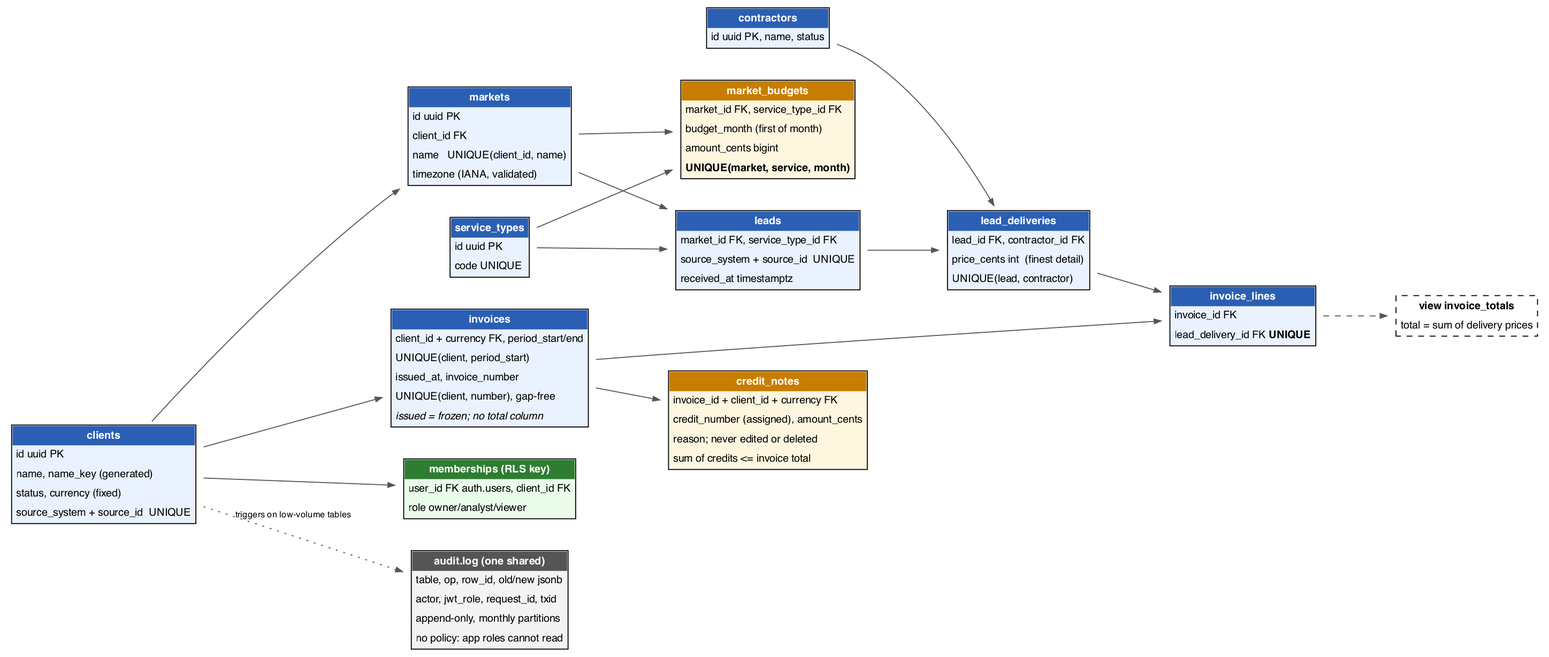
The Graphviz diagram docs/erd.png in imjahanzaib/leadgen-db-reference, before a commit. Its source is kept beside it as docs/erd.dot.
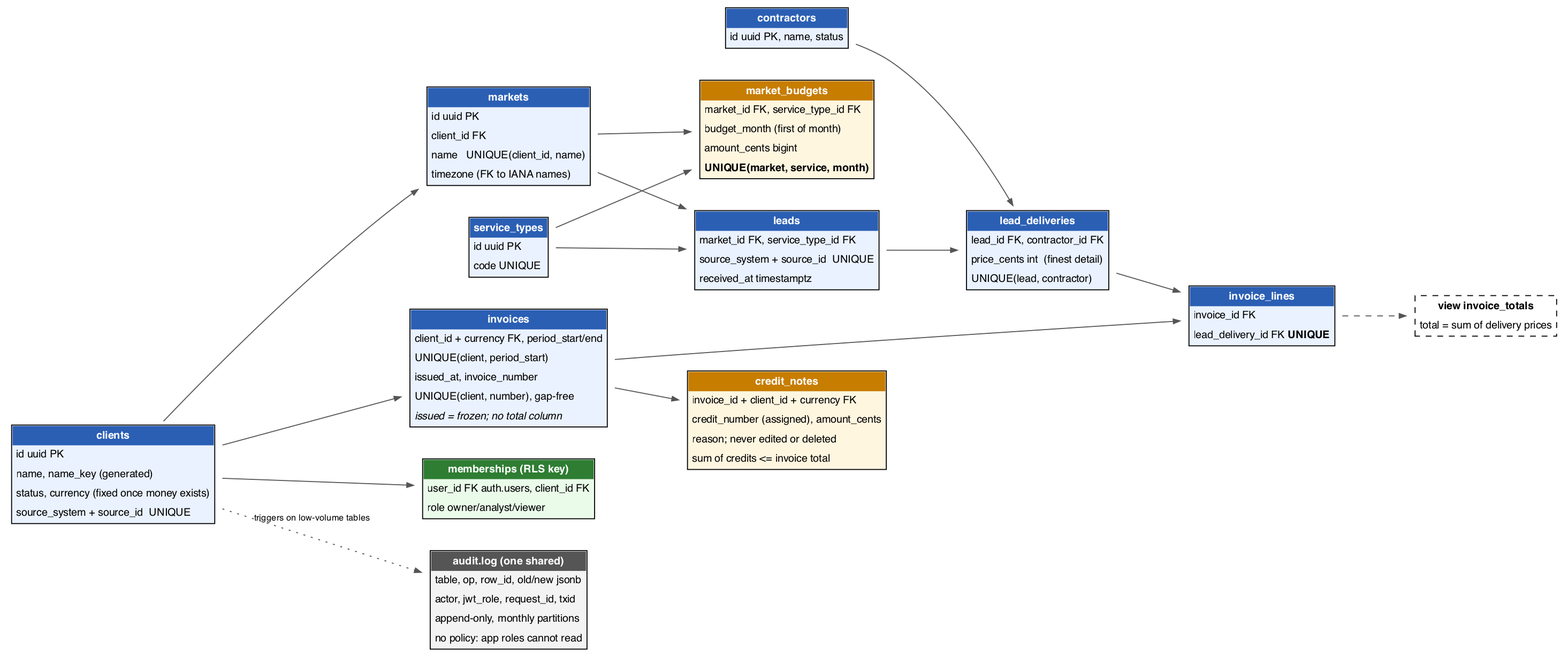
Later version of the same file.

The edit, as a diff of the source:
```diff
@@ -2,8 +2,8 @@
   rankdir=LR; bgcolor="white"; nodesep=0.35; ranksep=0.9;
   node [shape=plaintext, fontname="Helvetica", fontsize=11];
   edge [color="#555555", arrowsize=0.7, fontname="Helvetica", fontsize=9];
-  clients [label=<<table border="1" cellborder="0" cellspacing="0" cellpadding="4" bgcolor="#EAF2FF"><tr><td bgcolor="#2B5FB4"><font color="white"><b>clients</b></font></td></tr><tr><td align="left">id uuid PK</td></tr><tr><td align="left">name, name_key (generated)</td></tr><tr><td align="left">status, currency (fixed)</td></tr><tr><td align="left">source_system + source_id  UNIQUE</td></tr></table>>];
-  markets [label=<<table border="1" cellborder="0" cellspacing="0" cellpadding="4" bgcolor="#EAF2FF"><tr><td bgcolor="#2B5FB4"><font color="white"><b>markets</b></font></td></tr><tr><td align="left">id uuid PK</td></tr><tr><td align="left">client_id FK</td></tr><tr><td align="left">name   UNIQUE(client_id, name)</td></tr><tr><td align="left">timezone (IANA, validated)</td></tr></table>>];
+  clients [label=<<table border="1" cellborder="0" cellspacing="0" cellpadding="4" bgcolor="#EAF2FF"><tr><td bgcolor="#2B5FB4"><font color="white"><b>clients</b></font></td></tr><tr><td align="left">id uuid PK</td></tr><tr><td align="left">name, name_key (generated)</td></tr><tr><td align="left">status, currency (fixed once money exists)</td></tr><tr><td align="left">source_system + source_id  UNIQUE</td></tr></table>>];
+  markets [label=<<table border="1" cellborder="0" cellspacing="0" cellpadding="4" bgcolor="#EAF2FF"><tr><td bgcolor="#2B5FB4"><font color="white"><b>markets</b></font></td></tr><tr><td align="left">id uuid PK</td></tr><tr><td align="left">client_id FK</td></tr><tr><td align="left">name   UNIQUE(client_id, name)</td></tr><tr><td align="left">timezone (FK to IANA names)</td></tr></table>>];
   service_types [label=<<table border="1" cellborder="0" cellspacing="0" cellpadding="4" bgcolor="#EAF2FF"><tr><td bgcolor="#2B5FB4"><font color="white"><b>service_types</b></font></td></tr><tr><td align="left">id uuid PK</td></tr><tr><td align="left">code UNIQUE</td></tr></table>>];
   market_budgets [label=<<table border="1" cellborder="0" cellspacing="0" cellpadding="4" bgcolor="#FFF6E0"><tr><td bgcolor="#C77D00"><font color="white"><b>market_budgets</b></font></td></tr><tr><td align="left">market_id FK, service_type_id FK</td></tr><tr><td align="left">budget_month (first of month)</td></tr><tr><td align="left">amount_cents bigint</td></tr><tr><td align="left"><b>UNIQUE(market, service, month)</b></td></tr></table>>];
   leads [label=<<table border="1" cellborder="0" cellspacing="0" cellpadding="4" bgcolor="#EAF2FF"><tr><td bgcolor="#2B5FB4"><font color="white"><b>leads</b></font></td></tr><tr><td align="left">market_id FK, service_type_id FK</td></tr><tr><td align="left">source_system + source_id  UNIQUE</td></tr><tr><td align="left">received_at timestamptz</td></tr></table>>];
```
